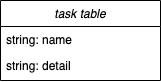
Hiryo/manyo keeps this draw.io diagram as docs/ER.png. Above is the earlier version. Source tidied: cells renumbered, new cells last; positions are measured from the earlier drawing's top-left corner, leaving out a move shared by most shapes.
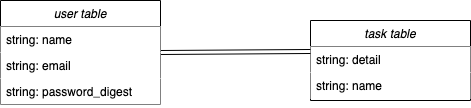
The same file after the commit.

The edit, as a diff of the source:
```diff
@@ -5,11 +5,34 @@
     <mxCell id="2" value="task table" style="swimlane;fontStyle=2;align=center;verticalAlign=top;horizontal=1;startSize=26;rounded=0;shadow=0;strokeWidth=1;" parent="1" vertex="1">
       <mxGeometry width="160" height="80" as="geometry" />
     </mxCell>
+    <mxCell id="4" value="string: detail" style="text;align=left;verticalAlign=top;spacingLeft=4;spacingRight=4;overflow=hidden;points=[[0,0.5],[1,0.5]];portConstraint=eastwest;rounded=0;shadow=0;html=0;fillColor=#ffffff;" parent="2" vertex="1">
+      <mxGeometry y="26" width="160" height="26" as="geometry" />
+    </mxCell>
-    <mxCell id="3" value="string: name" style="text;align=left;verticalAlign=top;spacingLeft=4;spacingRight=4;overflow=hidden;" parent="2" vertex="1">
-      <mxGeometry y="26" width="160" height="26" as="geometry" />
+    <mxCell id="3" value="string: name" style="text;align=left;verticalAlign=top;spacingLeft=4;spacingRight=4;overflow=hidden;fillColor=#ffffff;" parent="2" vertex="1">
+      <mxGeometry y="52" width="160" height="26" as="geometry" />
     </mxCell>
-    <mxCell id="4" value="string: detail" style="text;align=left;verticalAlign=top;spacingLeft=4;spacingRight=4;overflow=hidden;points=[[0,0.5],[1,0.5]];portConstraint=eastwest;rounded=0;shadow=0;html=0;" parent="2" vertex="1">
-      <mxGeometry y="52" width="160" height="26" as="geometry" />
-    </mxCell>
+    <mxCell id="5" style="rounded=0;orthogonalLoop=1;jettySize=auto;html=1;entryX=0;entryY=0.192;entryDx=0;entryDy=0;entryPerimeter=0;" parent="2" edge="1" source="4" target="4">
+      <mxGeometry relative="1" as="geometry" />
+    </mxCell>
+    <mxCell id="6" style="rounded=0;jettySize=auto;html=1;endArrow=none;endFill=0;entryX=0;entryY=0.192;entryDx=0;entryDy=0;entryPerimeter=0;exitX=1;exitY=0.5;exitDx=0;exitDy=0;shape=link;" parent="1" edge="1" source="7" target="4">
+      <mxGeometry relative="1" as="geometry" />
+    </mxCell>
+    <mxCell id="7" value="user table" style="swimlane;fontStyle=2;align=center;verticalAlign=top;horizontal=1;startSize=26;rounded=0;shadow=0;strokeWidth=1;" parent="1" vertex="1">
+      <mxGeometry x="-310" y="-20" width="160" height="104" as="geometry" />
+    </mxCell>
+    <mxCell id="8" value="string: name" style="text;align=left;verticalAlign=top;spacingLeft=4;spacingRight=4;overflow=hidden;rounded=0;shadow=0;html=0;fillColor=#ffffff;" parent="7" vertex="1">
+      <mxGeometry y="26" width="160" height="26" as="geometry" />
+    </mxCell>
+    <mxCell id="9" value="string: email" style="text;align=left;verticalAlign=top;spacingLeft=4;spacingRight=4;overflow=hidden;points=[[0,0.5],[1,0.5]];portConstraint=eastwest;fillColor=#ffffff;" parent="7" vertex="1">
+      <mxGeometry y="52" width="160" height="26" as="geometry" />
+    </mxCell>
+    <mxCell id="10" value="string: password_digest" style="text;align=left;verticalAlign=top;spacingLeft=4;spacingRight=4;overflow=hidden;fillColor=#ffffff;" parent="7" vertex="1">
+      <mxGeometry y="78" width="160" height="26" as="geometry" />
+    </mxCell>
+    <mxCell id="11" style="edgeStyle=none;rounded=0;jettySize=auto;html=1;" parent="1" edge="1" source="9">
+      <mxGeometry relative="1" as="geometry">
+        <mxPoint x="-150" y="45" as="targetPoint" />
+      </mxGeometry>
+    </mxCell>
   </root>
 </mxGraphModel>
```
